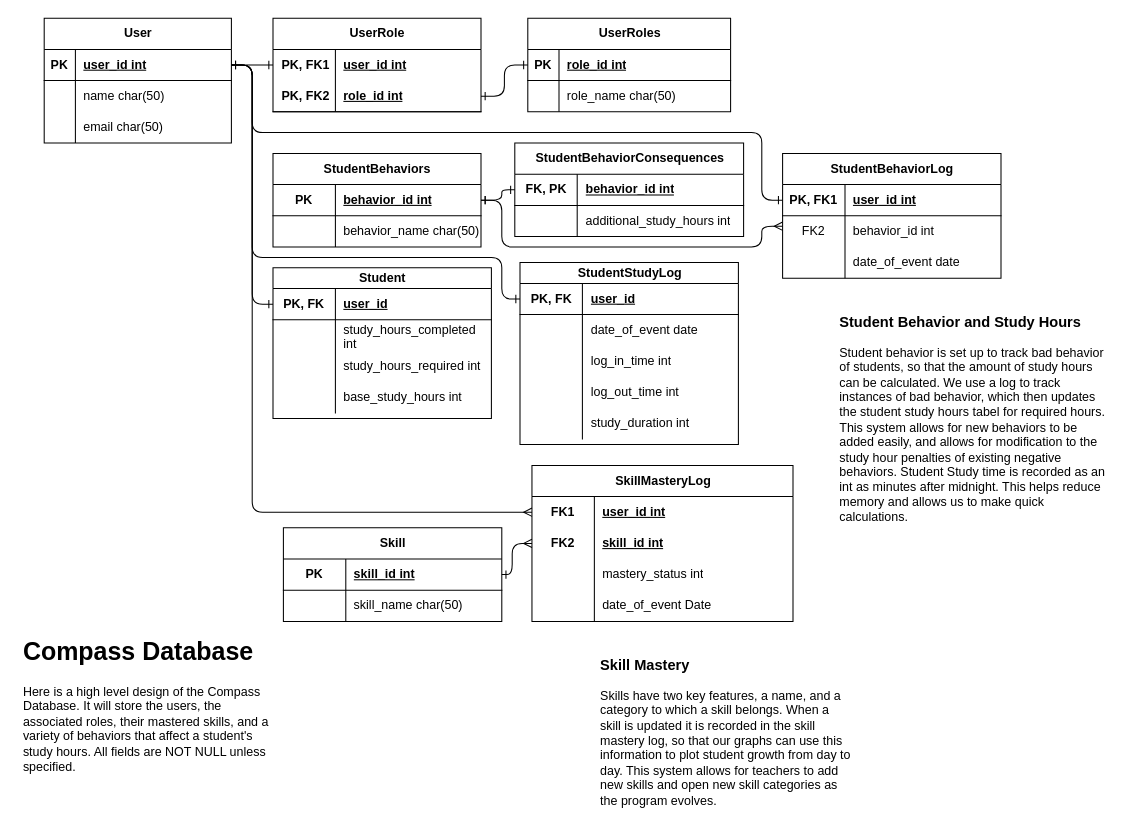
The draw.io diagram docs/src/DatabaseSchema.drawio in tone-man/CompassApp, before the edit. Source tidied: cells renumbered, new cells numbered last; positions are measured from the earlier drawing's top-left corner, leaving out a move shared by most shapes. Both pictures are drawn from the tidied source at 104%, with x=0, y=0 at pixel (18, 18).
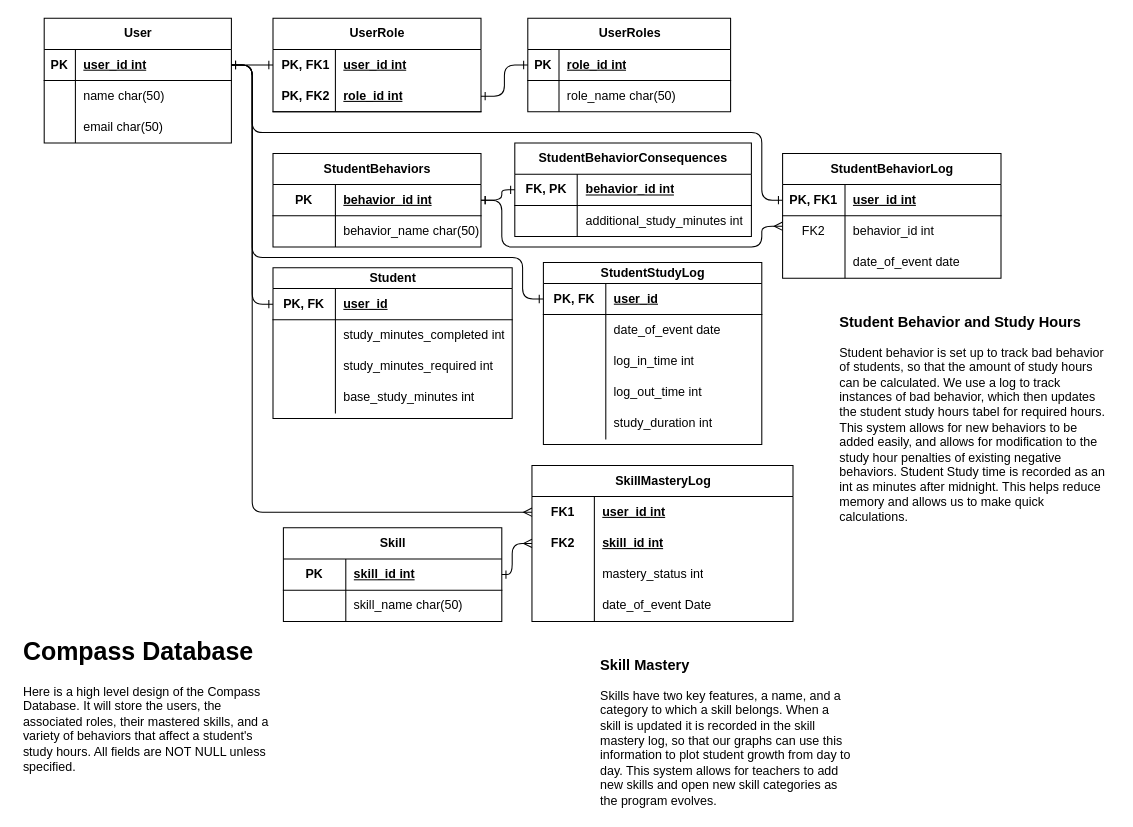
After the change.

Commit message (it also covers changes not shown here):
Swapped Eveything into Minutes

Now POST Functions and helpers have the correct units and are labled properly.

The change refers to these unchanged cells:
```xml
<mxCell id="3" style="shape=tableRow;horizontal=0;startSize=0;swimlaneHead=0;swimlaneBody=0;fillColor=none;points=[[0,0.5],[1,0.5]];portConstraint=eastwest;top=0;left=0;right=0;bottom=1;" parent="2" vertex="1">
  <mxGeometry y="30" width="180" height="30" as="geometry" />
</mxCell>
<mxCell id="29" style="shape=tableRow;horizontal=0;startSize=0;swimlaneHead=0;swimlaneBody=0;fillColor=none;points=[[0,0.5],[1,0.5]];portConstraint=eastwest;top=0;left=0;right=0;bottom=1;" parent="28" vertex="1">
  <mxGeometry y="20" width="210" height="30" as="geometry" />
</mxCell>
```

The edit, as a diff of the source:
```diff
@@
     <mxCell id="28" value="StudentStudyLog" style="shape=table;startSize=20;childLayout=tableLayout;rowLines=0;fontStyle=1;align=center;html=1;" parent="1" vertex="1">
-      <mxGeometry x="482.5" y="235" width="210" height="175" as="geometry" />
+      <mxGeometry x="505" y="235" width="210" height="175" as="geometry" />
     </mxCell>
@@
     <mxCell id="44" style="edgeStyle=orthogonalEdgeStyle;rounded=1;jettySize=auto;html=1;exitX=1;exitY=0.5;exitDx=0;exitDy=0;entryX=0;entryY=0.5;entryDx=0;entryDy=0;startArrow=ERone;startFill=0;endArrow=ERone;endFill=0;" parent="1" edge="1" source="3" target="29">
       <mxGeometry relative="1" as="geometry">
         <Array as="points">
           <mxPoint x="225" y="45" />
           <mxPoint x="225" y="230" />
-          <mxPoint x="465" y="230" />
-          <mxPoint x="465" y="270" />
+          <mxPoint x="485" y="230" />
+          <mxPoint x="485" y="270" />
         </Array>
       </mxGeometry>
     </mxCell>
@@
     <mxCell id="85" value="StudentBehaviorConsequences" style="shape=table;startSize=30;childLayout=tableLayout;rowLines=0;fontStyle=1;align=center;html=1;" parent="1" vertex="1">
-      <mxGeometry x="477.5" y="120" width="220" height="90" as="geometry" />
+      <mxGeometry x="477.5" y="120" width="227.5" height="90" as="geometry" />
     </mxCell>
     <mxCell id="86" style="shape=tableRow;horizontal=0;startSize=0;swimlaneHead=0;swimlaneBody=0;fillColor=none;points=[[0,0.5],[1,0.5]];portConstraint=eastwest;top=0;left=0;right=0;bottom=1;" parent="85" vertex="1">
-      <mxGeometry y="30" width="220" height="30" as="geometry" />
+      <mxGeometry y="30" width="227.5" height="30" as="geometry" />
     </mxCell>
@@
     <mxCell id="88" value="behavior_id int  " style="shape=partialRectangle;fillColor=none;top=0;left=0;bottom=0;right=0;align=left;spacingLeft=6;fontStyle=5;overflow=hidden;whiteSpace=wrap;html=1;" parent="86" vertex="1">
-      <mxGeometry x="60" width="160" height="30" as="geometry" />
+      <mxGeometry x="60" width="167.5" height="30" as="geometry" />
     </mxCell>
     <mxCell id="89" style="shape=tableRow;horizontal=0;startSize=0;swimlaneHead=0;swimlaneBody=0;fillColor=none;top=0;left=0;right=0;bottom=0;" parent="85" vertex="1">
-      <mxGeometry y="60" width="220" height="30" as="geometry" />
+      <mxGeometry y="60" width="227.5" height="30" as="geometry" />
     </mxCell>
@@
-    <mxCell id="91" value="additional_study_hours int  " style="shape=partialRectangle;fillColor=none;top=0;left=0;bottom=0;right=0;align=left;spacingLeft=6;overflow=hidden;whiteSpace=wrap;html=1;" parent="89" vertex="1">
-      <mxGeometry x="60" width="160" height="30" as="geometry" />
+    <mxCell id="91" value="additional_study_minutes int  " style="shape=partialRectangle;fillColor=none;top=0;left=0;bottom=0;right=0;align=left;spacingLeft=6;overflow=hidden;whiteSpace=wrap;html=1;" parent="89" vertex="1">
+      <mxGeometry x="60" width="167.5" height="30" as="geometry" />
     </mxCell>
@@
     <mxCell id="97" value="Student" style="shape=table;startSize=20;childLayout=tableLayout;rowLines=0;fontStyle=1;align=center;html=1;" parent="1" vertex="1">
-      <mxGeometry x="245" y="240" width="210" height="145" as="geometry" />
+      <mxGeometry x="245" y="240" width="230" height="145" as="geometry" />
     </mxCell>
     <mxCell id="98" style="shape=tableRow;horizontal=0;startSize=0;swimlaneHead=0;swimlaneBody=0;fillColor=none;points=[[0,0.5],[1,0.5]];portConstraint=eastwest;top=0;left=0;right=0;bottom=1;" parent="97" vertex="1">
-      <mxGeometry y="20" width="210" height="30" as="geometry" />
+      <mxGeometry y="20" width="230" height="30" as="geometry" />
     </mxCell>
@@
     <mxCell id="100" value="user_id" style="shape=partialRectangle;fillColor=none;top=0;left=0;bottom=0;right=0;align=left;spacingLeft=6;fontStyle=5;overflow=hidden;whiteSpace=wrap;html=1;" parent="98" vertex="1">
-      <mxGeometry x="60" width="150" height="30" as="geometry" />
+      <mxGeometry x="60" width="170" height="30" as="geometry" />
     </mxCell>
     <mxCell id="101" style="shape=tableRow;horizontal=0;startSize=0;swimlaneHead=0;swimlaneBody=0;fillColor=none;top=0;left=0;right=0;bottom=0;" parent="97" vertex="1">
-      <mxGeometry y="50" width="210" height="30" as="geometry" />
+      <mxGeometry y="50" width="230" height="30" as="geometry" />
     </mxCell>
@@
-    <mxCell id="103" value="study_hours_completed int  " style="shape=partialRectangle;fillColor=none;top=0;left=0;bottom=0;right=0;align=left;spacingLeft=6;overflow=hidden;whiteSpace=wrap;html=1;" parent="101" vertex="1">
-      <mxGeometry x="60" width="150" height="30" as="geometry" />
+    <mxCell id="103" value="study_minutes_completed int  " style="shape=partialRectangle;fillColor=none;top=0;left=0;bottom=0;right=0;align=left;spacingLeft=6;overflow=hidden;whiteSpace=wrap;html=1;" parent="101" vertex="1">
+      <mxGeometry x="60" width="170" height="30" as="geometry" />
     </mxCell>
     <mxCell id="104" style="shape=tableRow;horizontal=0;startSize=0;swimlaneHead=0;swimlaneBody=0;fillColor=none;top=0;left=0;right=0;bottom=0;" parent="97" vertex="1">
-      <mxGeometry y="80" width="210" height="30" as="geometry" />
+      <mxGeometry y="80" width="230" height="30" as="geometry" />
     </mxCell>
@@
-    <mxCell id="106" value="study_hours_required int  " style="shape=partialRectangle;fillColor=none;top=0;left=0;bottom=0;right=0;align=left;spacingLeft=6;overflow=hidden;whiteSpace=wrap;html=1;" parent="104" vertex="1">
-      <mxGeometry x="60" width="150" height="30" as="geometry" />
+    <mxCell id="106" value="study_minutes_required int  " style="shape=partialRectangle;fillColor=none;top=0;left=0;bottom=0;right=0;align=left;spacingLeft=6;overflow=hidden;whiteSpace=wrap;html=1;" parent="104" vertex="1">
+      <mxGeometry x="60" width="170" height="30" as="geometry" />
     </mxCell>
     <mxCell id="107" style="shape=tableRow;horizontal=0;startSize=0;swimlaneHead=0;swimlaneBody=0;fillColor=none;top=0;left=0;right=0;bottom=0;" parent="97" vertex="1">
-      <mxGeometry y="110" width="210" height="30" as="geometry" />
+      <mxGeometry y="110" width="230" height="30" as="geometry" />
     </mxCell>
@@
-    <mxCell id="109" value="base_study_hours int  " style="shape=partialRectangle;fillColor=none;top=0;left=0;bottom=0;right=0;align=left;spacingLeft=6;overflow=hidden;whiteSpace=wrap;html=1;" parent="107" vertex="1">
-      <mxGeometry x="60" width="150" height="30" as="geometry" />
+    <mxCell id="109" value="base_study_minutes int  " style="shape=partialRectangle;fillColor=none;top=0;left=0;bottom=0;right=0;align=left;spacingLeft=6;overflow=hidden;whiteSpace=wrap;html=1;" parent="107" vertex="1">
+      <mxGeometry x="60" width="170" height="30" as="geometry" />
     </mxCell>
```
